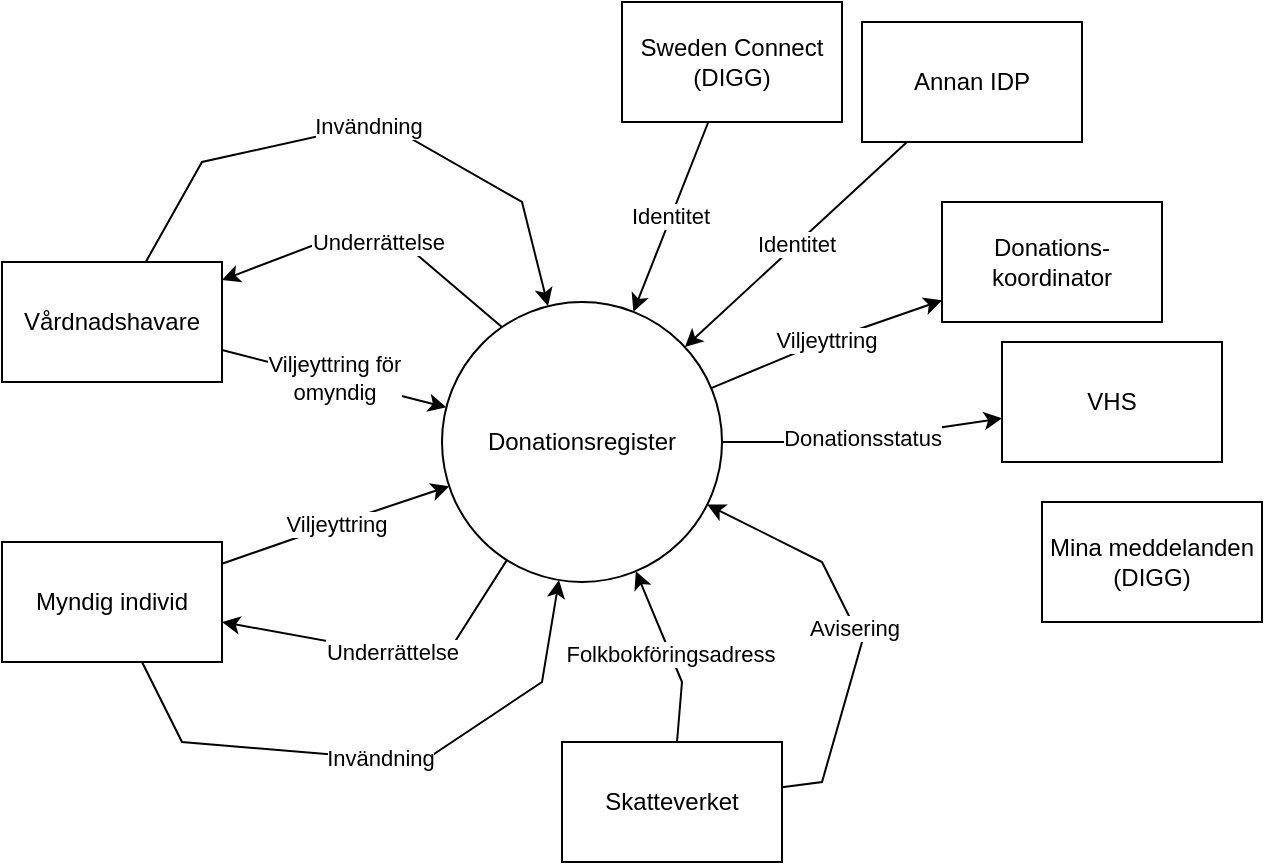
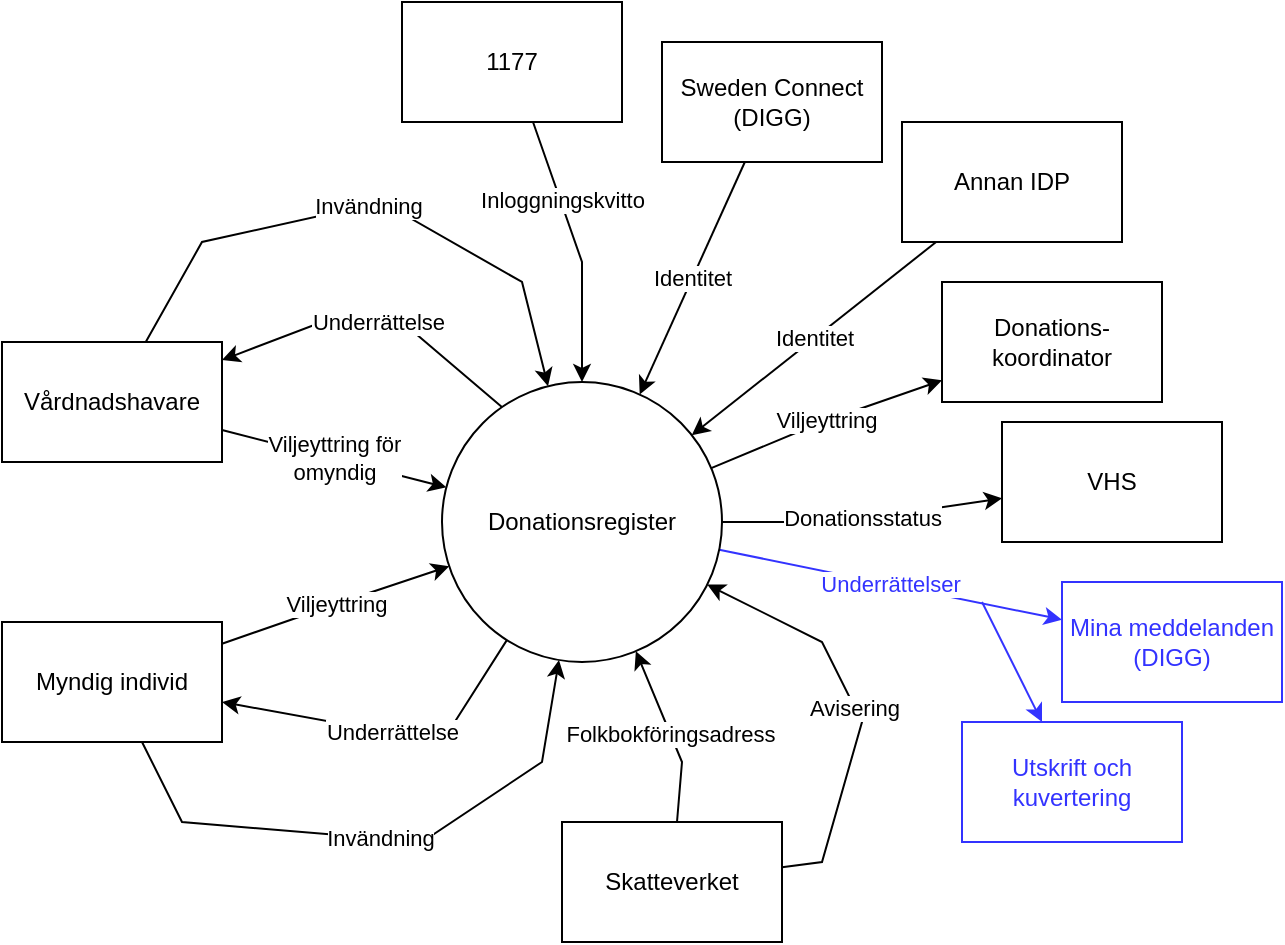
<mxfile host="app.diagrams.net">
  <diagram name="Sida-1" id="F3DC_KPKV7Cfi4B8QXFW">
    <mxGraphModel dx="803" dy="454" grid="1" gridSize="10" guides="1" tooltips="1" connect="1" arrows="1" fold="1" page="1" pageScale="1" pageWidth="1654" pageHeight="1169" math="0" shadow="0">
      <root>
        <mxCell id="0" />
        <mxCell id="1" parent="0" />
        <mxCell id="8-SjN_EHFgN-SorVCnXN-8" edge="1" parent="1" source="8-SjN_EHFgN-SorVCnXN-1" style="edgeStyle=none;shape=connector;rounded=0;orthogonalLoop=1;jettySize=auto;html=1;strokeColor=default;align=center;verticalAlign=middle;fontFamily=Helvetica;fontSize=11;fontColor=default;labelBackgroundColor=default;endArrow=classic;exitX=0.238;exitY=0.11;exitDx=0;exitDy=0;exitPerimeter=0;" target="8-SjN_EHFgN-SorVCnXN-2" value="Underrättelse">
          <mxGeometry relative="1" as="geometry">
            <Array as="points">
              <mxPoint x="270" y="300" />
              <mxPoint x="230" y="300" />
            </Array>
          </mxGeometry>
        </mxCell>
        <mxCell id="8-SjN_EHFgN-SorVCnXN-9" edge="1" parent="1" source="8-SjN_EHFgN-SorVCnXN-1" style="edgeStyle=none;shape=connector;rounded=0;orthogonalLoop=1;jettySize=auto;html=1;strokeColor=default;align=center;verticalAlign=middle;fontFamily=Helvetica;fontSize=11;fontColor=default;labelBackgroundColor=default;endArrow=classic;" target="8-SjN_EHFgN-SorVCnXN-4" value="Underrättelse">
          <mxGeometry relative="1" as="geometry">
            <Array as="points">
              <mxPoint x="290" y="510" />
            </Array>
          </mxGeometry>
        </mxCell>
        <mxCell id="vmO4fVELBJI4xzzginw8-5" edge="1" parent="1" source="8-SjN_EHFgN-SorVCnXN-1" style="edgeStyle=none;shape=connector;rounded=0;orthogonalLoop=1;jettySize=auto;html=1;strokeColor=default;align=center;verticalAlign=middle;fontFamily=Helvetica;fontSize=11;fontColor=default;labelBackgroundColor=default;endArrow=classic;" target="vmO4fVELBJI4xzzginw8-4" value="Donationsstatus">
          <mxGeometry relative="1" as="geometry">
            <Array as="points">
              <mxPoint x="490" y="400" />
            </Array>
          </mxGeometry>
        </mxCell>
        <mxCell id="vmO4fVELBJI4xzzginw8-6" edge="1" parent="1" source="8-SjN_EHFgN-SorVCnXN-1" style="edgeStyle=none;shape=connector;rounded=0;orthogonalLoop=1;jettySize=auto;html=1;strokeColor=default;align=center;verticalAlign=middle;fontFamily=Helvetica;fontSize=11;fontColor=default;labelBackgroundColor=default;endArrow=classic;" target="vmO4fVELBJI4xzzginw8-3" value="Viljeyttring">
          <mxGeometry relative="1" as="geometry">
            <Array as="points">
              <mxPoint x="480" y="350" />
            </Array>
+           </mxGeometry>
+         </mxCell>
+         <mxCell id="vmO4fVELBJI4xzzginw8-18" edge="1" parent="1" source="8-SjN_EHFgN-SorVCnXN-1" style="edgeStyle=none;shape=connector;rounded=0;orthogonalLoop=1;jettySize=auto;html=1;strokeColor=#3333FF;align=center;verticalAlign=middle;fontFamily=Helvetica;fontSize=11;fontColor=#3333FF;labelBackgroundColor=default;endArrow=classic;" target="vmO4fVELBJI4xzzginw8-14" value="Underrättelser">
+           <mxGeometry relative="1" as="geometry" />
+         </mxCell>
+         <mxCell id="vmO4fVELBJI4xzzginw8-19" edge="1" parent="1" style="edgeStyle=none;shape=connector;rounded=0;orthogonalLoop=1;jettySize=auto;html=1;strokeColor=#3333FF;align=center;verticalAlign=middle;fontFamily=Helvetica;fontSize=11;fontColor=#3333FF;labelBackgroundColor=default;endArrow=classic;" target="vmO4fVELBJI4xzzginw8-17">
+           <mxGeometry relative="1" as="geometry">
+             <mxPoint x="560" y="440" as="sourcePoint" />
          </mxGeometry>
        </mxCell>
        <mxCell id="8-SjN_EHFgN-SorVCnXN-1" parent="1" style="ellipse;whiteSpace=wrap;html=1;aspect=fixed;" value="Donationsregister" vertex="1">
          <mxGeometry height="140" width="140" x="290" y="330" as="geometry" />
        </mxCell>
        <mxCell id="8-SjN_EHFgN-SorVCnXN-5" edge="1" parent="1" source="8-SjN_EHFgN-SorVCnXN-2" style="rounded=0;orthogonalLoop=1;jettySize=auto;html=1;strokeColor=default;align=center;verticalAlign=middle;fontFamily=Helvetica;fontSize=11;fontColor=default;labelBackgroundColor=default;endArrow=classic;" target="8-SjN_EHFgN-SorVCnXN-1" value="Viljeyttring för&lt;div&gt;omyndig&lt;/div&gt;">
          <mxGeometry relative="1" as="geometry" />
        </mxCell>
        <mxCell id="vmO4fVELBJI4xzzginw8-1" edge="1" parent="1" source="8-SjN_EHFgN-SorVCnXN-2" style="edgeStyle=none;shape=connector;rounded=0;orthogonalLoop=1;jettySize=auto;html=1;strokeColor=default;align=center;verticalAlign=middle;fontFamily=Helvetica;fontSize=11;fontColor=default;labelBackgroundColor=default;endArrow=classic;curved=0;" target="8-SjN_EHFgN-SorVCnXN-1" value="Invändning">
          <mxGeometry relative="1" as="geometry">
            <Array as="points">
              <mxPoint x="170" y="260" />
              <mxPoint x="260" y="240" />
              <mxPoint x="330" y="280" />
            </Array>
          </mxGeometry>
        </mxCell>
        <mxCell id="8-SjN_EHFgN-SorVCnXN-2" parent="1" style="rounded=0;whiteSpace=wrap;html=1;" value="Vårdnadshavare" vertex="1">
          <mxGeometry height="60" width="110" x="70" y="310" as="geometry" />
        </mxCell>
        <mxCell id="8-SjN_EHFgN-SorVCnXN-7" edge="1" parent="1" source="8-SjN_EHFgN-SorVCnXN-4" style="shape=connector;rounded=0;orthogonalLoop=1;jettySize=auto;html=1;strokeColor=default;align=center;verticalAlign=middle;fontFamily=Helvetica;fontSize=11;fontColor=default;labelBackgroundColor=default;endArrow=classic;" target="8-SjN_EHFgN-SorVCnXN-1" value="Viljeyttring">
          <mxGeometry relative="1" as="geometry">
            <Array as="points">
              <mxPoint x="240" y="440" />
            </Array>
          </mxGeometry>
        </mxCell>
        <mxCell id="vmO4fVELBJI4xzzginw8-2" edge="1" parent="1" source="8-SjN_EHFgN-SorVCnXN-4" style="edgeStyle=none;shape=connector;rounded=0;orthogonalLoop=1;jettySize=auto;html=1;strokeColor=default;align=center;verticalAlign=middle;fontFamily=Helvetica;fontSize=11;fontColor=default;labelBackgroundColor=default;endArrow=classic;" target="8-SjN_EHFgN-SorVCnXN-1" value="Invändning">
          <mxGeometry relative="1" as="geometry">
            <Array as="points">
              <mxPoint x="160" y="550" />
              <mxPoint x="280" y="560" />
              <mxPoint x="340" y="520" />
            </Array>
          </mxGeometry>
        </mxCell>
        <mxCell id="8-SjN_EHFgN-SorVCnXN-4" parent="1" style="rounded=0;whiteSpace=wrap;html=1;" value="Myndig individ" vertex="1">
          <mxGeometry height="60" width="110" x="70" y="450" as="geometry" />
        </mxCell>
        <mxCell id="vmO4fVELBJI4xzzginw8-3" parent="1" style="rounded=0;whiteSpace=wrap;html=1;" value="Donations-&lt;span style=&quot;background-color: transparent; color: light-dark(rgb(0, 0, 0), rgb(255, 255, 255));&quot;&gt;koordinator&lt;/span&gt;" vertex="1">
          <mxGeometry height="60" width="110" x="540" y="280" as="geometry" />
        </mxCell>
        <mxCell id="vmO4fVELBJI4xzzginw8-4" parent="1" style="rounded=0;whiteSpace=wrap;html=1;" value="VHS" vertex="1">
          <mxGeometry height="60" width="110" x="570" y="350" as="geometry" />
        </mxCell>
        <mxCell id="vmO4fVELBJI4xzzginw8-9" edge="1" parent="1" source="vmO4fVELBJI4xzzginw8-7" style="edgeStyle=none;shape=connector;rounded=0;orthogonalLoop=1;jettySize=auto;html=1;strokeColor=default;align=center;verticalAlign=middle;fontFamily=Helvetica;fontSize=11;fontColor=default;labelBackgroundColor=default;endArrow=classic;" target="8-SjN_EHFgN-SorVCnXN-1" value="Folkbokföringsadress">
          <mxGeometry relative="1" as="geometry">
            <Array as="points">
              <mxPoint x="410" y="520" />
            </Array>
          </mxGeometry>
        </mxCell>
        <mxCell id="vmO4fVELBJI4xzzginw8-16" edge="1" parent="1" source="vmO4fVELBJI4xzzginw8-7" style="edgeStyle=none;shape=connector;rounded=0;orthogonalLoop=1;jettySize=auto;html=1;strokeColor=default;align=center;verticalAlign=middle;fontFamily=Helvetica;fontSize=11;fontColor=default;labelBackgroundColor=default;endArrow=classic;" target="8-SjN_EHFgN-SorVCnXN-1" value="Avisering">
          <mxGeometry relative="1" as="geometry">
            <Array as="points">
              <mxPoint x="480" y="570" />
              <mxPoint x="500" y="500" />
              <mxPoint x="480" y="460" />
            </Array>
          </mxGeometry>
        </mxCell>
        <mxCell id="vmO4fVELBJI4xzzginw8-7" parent="1" style="rounded=0;whiteSpace=wrap;html=1;" value="Skatteverket" vertex="1">
          <mxGeometry height="60" width="110" x="350" y="550" as="geometry" />
        </mxCell>
        <mxCell id="vmO4fVELBJI4xzzginw8-11" edge="1" parent="1" source="vmO4fVELBJI4xzzginw8-10" style="edgeStyle=none;shape=connector;rounded=0;orthogonalLoop=1;jettySize=auto;html=1;strokeColor=default;align=center;verticalAlign=middle;fontFamily=Helvetica;fontSize=11;fontColor=default;labelBackgroundColor=default;endArrow=classic;" target="8-SjN_EHFgN-SorVCnXN-1" value="Identitet">
          <mxGeometry relative="1" as="geometry" />
        </mxCell>
        <mxCell id="vmO4fVELBJI4xzzginw8-10" parent="1" style="rounded=0;whiteSpace=wrap;html=1;" value="Sweden Connect (DIGG)" vertex="1">
-           <mxGeometry height="60" width="110" x="380" y="180" as="geometry" />
+           <mxGeometry height="60" width="110" x="400" y="160" as="geometry" />
        </mxCell>
        <mxCell id="vmO4fVELBJI4xzzginw8-13" edge="1" parent="1" source="vmO4fVELBJI4xzzginw8-12" style="edgeStyle=none;shape=connector;rounded=0;orthogonalLoop=1;jettySize=auto;html=1;strokeColor=default;align=center;verticalAlign=middle;fontFamily=Helvetica;fontSize=11;fontColor=default;labelBackgroundColor=default;endArrow=classic;" target="8-SjN_EHFgN-SorVCnXN-1" value="Identitet">
          <mxGeometry relative="1" as="geometry" />
        </mxCell>
        <mxCell id="vmO4fVELBJI4xzzginw8-12" parent="1" style="rounded=0;whiteSpace=wrap;html=1;" value="Annan IDP" vertex="1">
-           <mxGeometry height="60" width="110" x="500" y="190" as="geometry" />
+           <mxGeometry height="60" width="110" x="520" y="200" as="geometry" />
        </mxCell>
-         <mxCell id="vmO4fVELBJI4xzzginw8-14" parent="1" style="rounded=0;whiteSpace=wrap;html=1;" value="Mina meddelanden (DIGG)" vertex="1">
-           <mxGeometry height="60" width="110" x="590" y="430" as="geometry" />
+         <mxCell id="vmO4fVELBJI4xzzginw8-14" parent="1" style="rounded=0;whiteSpace=wrap;html=1;strokeColor=#3333FF;fontColor=#3333FF;" value="Mina meddelanden (DIGG)" vertex="1">
+           <mxGeometry height="60" width="110" x="600" y="430" as="geometry" />
+         </mxCell>
+         <mxCell id="vmO4fVELBJI4xzzginw8-17" parent="1" style="rounded=0;whiteSpace=wrap;html=1;strokeColor=#3333FF;fontColor=#3333FF;" value="Utskrift och kuvertering" vertex="1">
+           <mxGeometry height="60" width="110" x="550" y="500" as="geometry" />
+         </mxCell>
+         <mxCell id="vmO4fVELBJI4xzzginw8-22" edge="1" parent="1" source="vmO4fVELBJI4xzzginw8-21" style="edgeStyle=none;shape=connector;rounded=0;orthogonalLoop=1;jettySize=auto;html=1;strokeColor=default;align=center;verticalAlign=middle;fontFamily=Helvetica;fontSize=11;fontColor=default;labelBackgroundColor=default;endArrow=classic;" target="8-SjN_EHFgN-SorVCnXN-1" value="&lt;span data-path-to-node=&quot;0&quot; data-index-in-node=&quot;24&quot;&gt;Inloggningskvitto&lt;/span&gt;">
+           <mxGeometry relative="1" x="-0.3658" as="geometry">
+             <mxPoint y="-1" as="offset" />
+             <Array as="points">
+               <mxPoint x="360" y="270" />
+             </Array>
+           </mxGeometry>
+         </mxCell>
+         <mxCell id="vmO4fVELBJI4xzzginw8-21" parent="1" style="rounded=0;whiteSpace=wrap;html=1;" value="1177" vertex="1">
+           <mxGeometry height="60" width="110" x="270" y="140" as="geometry" />
        </mxCell>
      </root>
    </mxGraphModel>
  </diagram>
</mxfile>
